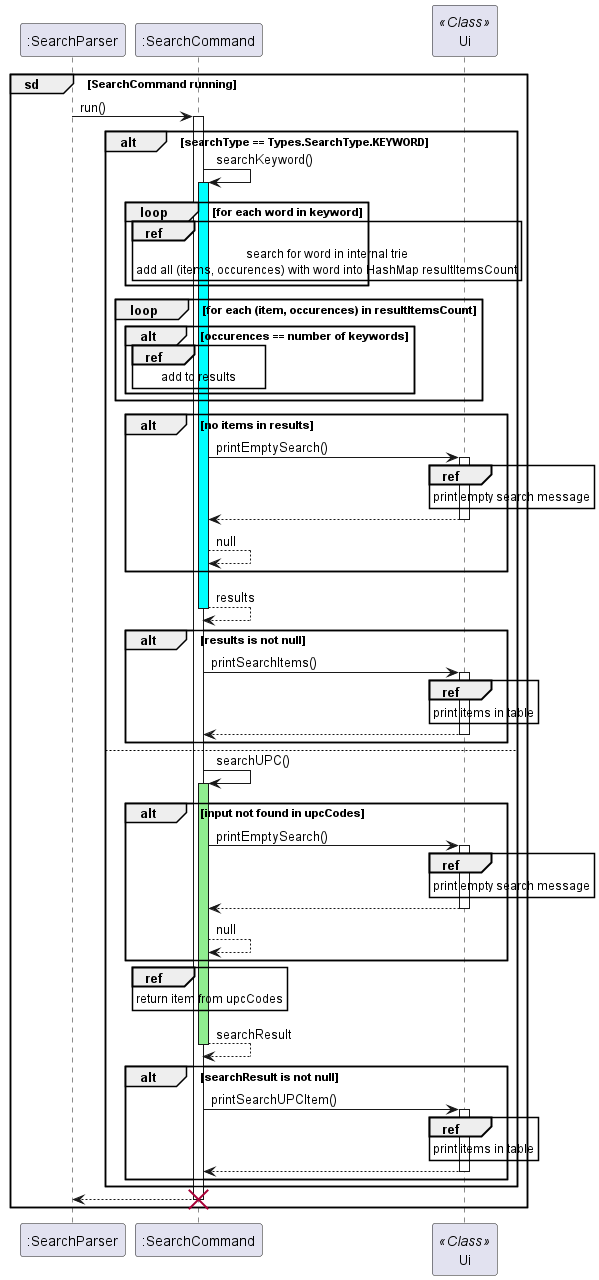
nus-cs2113-AY2223S2/tp keeps this PlantUML diagram as docs/UML/Search/SearchCommand.png. Above is the earlier version.
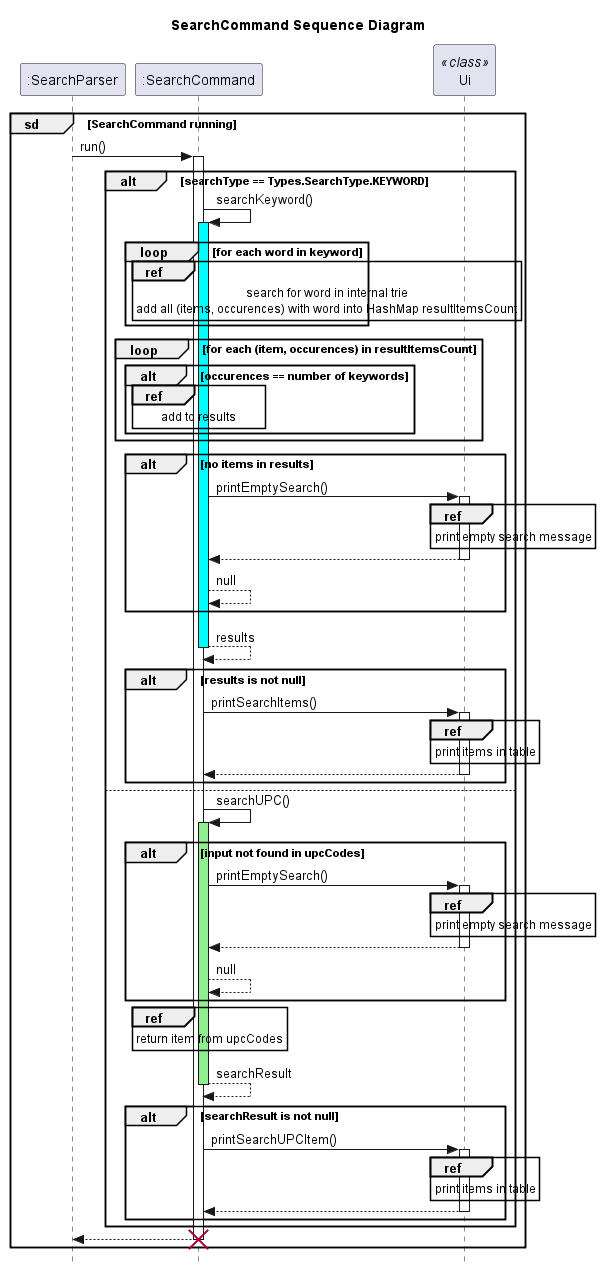
The same diagram one commit later.

Change to the diagram source:
```diff
@@ -1,11 +1,14 @@
 @startuml
+title SearchCommand Sequence Diagram
+
+skinparam style strictuml
 participant ":SearchParser"
 
 group sd [SearchCommand running]
     ":SearchParser" -> ":SearchCommand": run()
     activate ":SearchCommand"
     participant ":SearchCommand"
-    participant Ui << Class >>
+    participant Ui <<class>>
     alt searchType == Types.SearchType.KEYWORD
         ":SearchCommand" -> ":SearchCommand": searchKeyword()
         activate ":SearchCommand" #cyan
```
